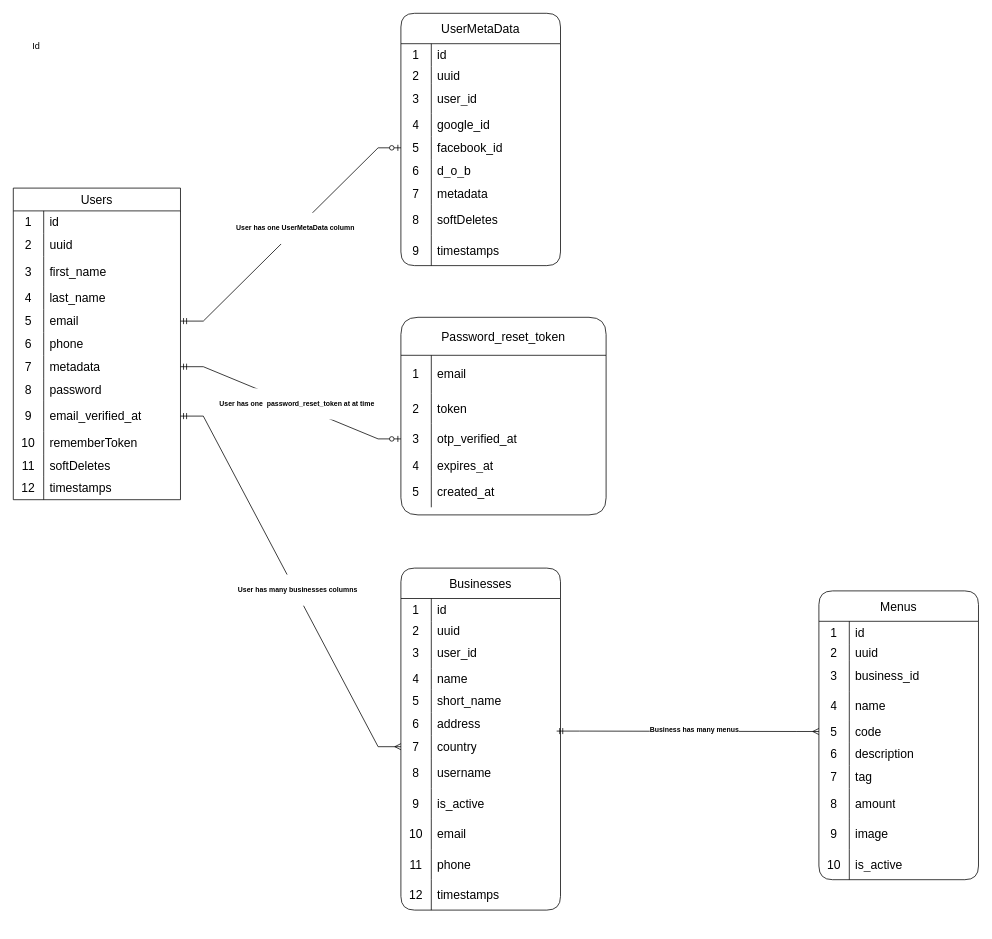
Dakeem05/sbs_backend keeps this draw.io diagram as db/sbs_db.drawio. Above is the earlier version. Source tidied: cells renumbered, new cells numbered last; positions are measured from the earlier drawing's top-left corner, leaving out a move shared by most shapes. Both pictures are drawn from the tidied source at 76%, with x=0, y=0 at pixel (13, 13).
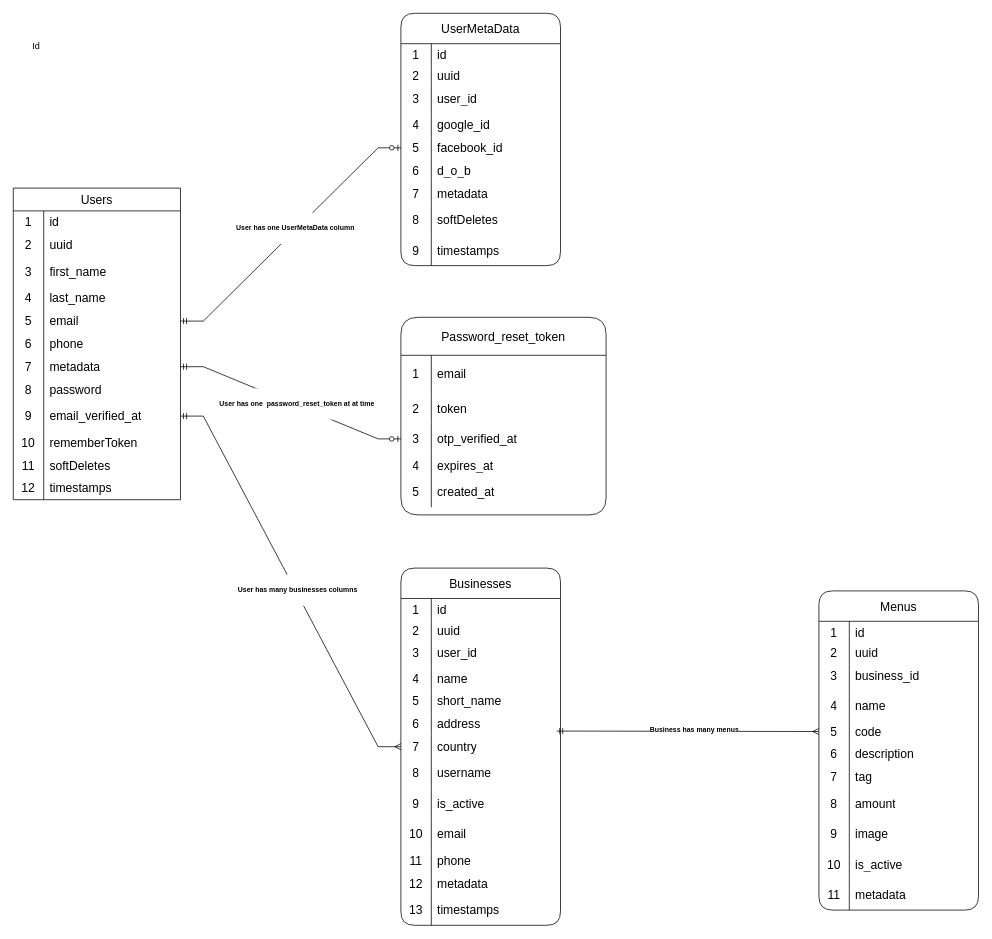
Above is the later version.

Diff of the diagram source:
```diff
@@
     <mxCell id="70" value="Businesses" style="shape=table;startSize=40;childLayout=tableLayout;rowLines=0;fontStyle=0;strokeColor=default;fontSize=16;rounded=1;" parent="1" vertex="1">
-      <mxGeometry x="510" y="730" width="210" height="450" as="geometry" />
+      <mxGeometry x="510" y="730" width="210" height="470" as="geometry" />
     </mxCell>
@@
     <mxCell id="101" style="shape=tableRow;horizontal=0;startSize=0;swimlaneHead=0;swimlaneBody=0;top=0;left=0;bottom=0;right=0;fillColor=none;strokeColor=inherit;fontSize=16;" parent="70" vertex="1">
-      <mxGeometry y="370" width="210" height="40" as="geometry" />
+      <mxGeometry y="370" width="210" height="30" as="geometry" />
     </mxCell>
     <mxCell id="102" value="11" style="shape=partialRectangle;html=1;whiteSpace=wrap;fillColor=none;top=0;left=0;bottom=0;right=0;overflow=hidden;strokeColor=inherit;fontSize=16;" parent="101" vertex="1">
-      <mxGeometry width="40" height="40" as="geometry" />
+      <mxGeometry width="40" height="30" as="geometry" />
     </mxCell>
     <mxCell id="103" value="phone" style="shape=partialRectangle;html=1;whiteSpace=wrap;fillColor=none;top=0;left=0;bottom=0;right=0;align=left;spacingLeft=6;overflow=hidden;strokeColor=inherit;fontSize=16;" parent="101" vertex="1">
-      <mxGeometry x="40" width="170" height="40" as="geometry" />
+      <mxGeometry x="40" width="170" height="30" as="geometry" />
     </mxCell>
+    <mxCell id="160" style="shape=tableRow;horizontal=0;startSize=0;swimlaneHead=0;swimlaneBody=0;top=0;left=0;bottom=0;right=0;fillColor=none;strokeColor=inherit;fontSize=16;" parent="70" vertex="1">
+      <mxGeometry y="400" width="210" height="30" as="geometry" />
+    </mxCell>
+    <mxCell id="161" value="12" style="shape=partialRectangle;html=1;whiteSpace=wrap;fillColor=none;top=0;left=0;bottom=0;right=0;overflow=hidden;strokeColor=inherit;fontSize=16;" parent="160" vertex="1">
+      <mxGeometry width="40" height="30" as="geometry" />
+    </mxCell>
+    <mxCell id="162" value="metadata" style="shape=partialRectangle;html=1;whiteSpace=wrap;fillColor=none;top=0;left=0;bottom=0;right=0;align=left;spacingLeft=6;overflow=hidden;strokeColor=inherit;fontSize=16;" parent="160" vertex="1">
+      <mxGeometry x="40" width="170" height="30" as="geometry" />
+    </mxCell>
     <mxCell id="104" style="shape=tableRow;horizontal=0;startSize=0;swimlaneHead=0;swimlaneBody=0;top=0;left=0;bottom=0;right=0;fillColor=none;strokeColor=inherit;fontSize=16;" parent="70" vertex="1">
-      <mxGeometry y="410" width="210" height="40" as="geometry" />
+      <mxGeometry y="430" width="210" height="40" as="geometry" />
     </mxCell>
-    <mxCell id="105" value="12" style="shape=partialRectangle;html=1;whiteSpace=wrap;fillColor=none;top=0;left=0;bottom=0;right=0;overflow=hidden;strokeColor=inherit;fontSize=16;" parent="104" vertex="1">
+    <mxCell id="105" value="13" style="shape=partialRectangle;html=1;whiteSpace=wrap;fillColor=none;top=0;left=0;bottom=0;right=0;overflow=hidden;strokeColor=inherit;fontSize=16;" parent="104" vertex="1">
       <mxGeometry width="40" height="40" as="geometry" />
     </mxCell>
@@
     <mxCell id="109" value="Menus" style="shape=table;startSize=40;childLayout=tableLayout;rowLines=0;fontStyle=0;strokeColor=default;fontSize=16;rounded=1;" parent="1" vertex="1">
-      <mxGeometry x="1060" y="760" width="210" height="380" as="geometry" />
+      <mxGeometry x="1060" y="760" width="210" height="420" as="geometry" />
     </mxCell>
@@
+    <mxCell id="163" style="shape=tableRow;horizontal=0;startSize=0;swimlaneHead=0;swimlaneBody=0;top=0;left=0;bottom=0;right=0;fillColor=none;strokeColor=inherit;fontSize=16;" parent="109" vertex="1">
+      <mxGeometry y="380" width="210" height="40" as="geometry" />
+    </mxCell>
+    <mxCell id="164" value="11" style="shape=partialRectangle;html=1;whiteSpace=wrap;fillColor=none;top=0;left=0;bottom=0;right=0;overflow=hidden;strokeColor=inherit;fontSize=16;" parent="163" vertex="1">
+      <mxGeometry width="40" height="40" as="geometry" />
+    </mxCell>
+    <mxCell id="165" value="metadata" style="shape=partialRectangle;html=1;whiteSpace=wrap;fillColor=none;top=0;left=0;bottom=0;right=0;align=left;spacingLeft=6;overflow=hidden;strokeColor=inherit;fontSize=16;" parent="163" vertex="1">
+      <mxGeometry x="40" width="170" height="40" as="geometry" />
+    </mxCell>
```
